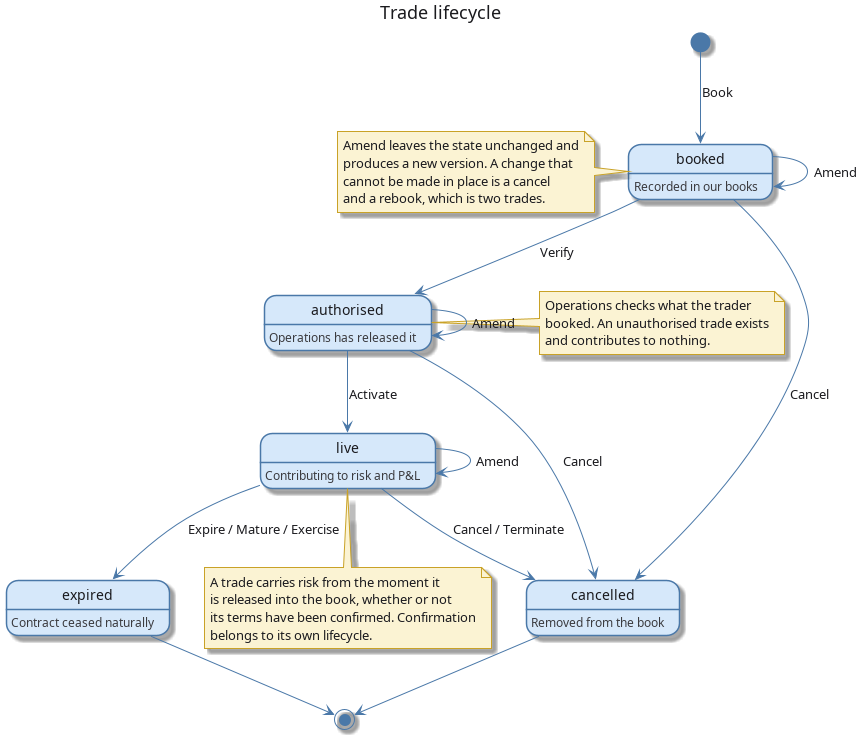
This is doc/knowledge/domain/trade_status_lifecycle.png from OreStudio/OreStudio, a PlantUML export, as it was before one commit. Its source is kept beside it as doc/knowledge/domain/trade_status_lifecycle.puml.
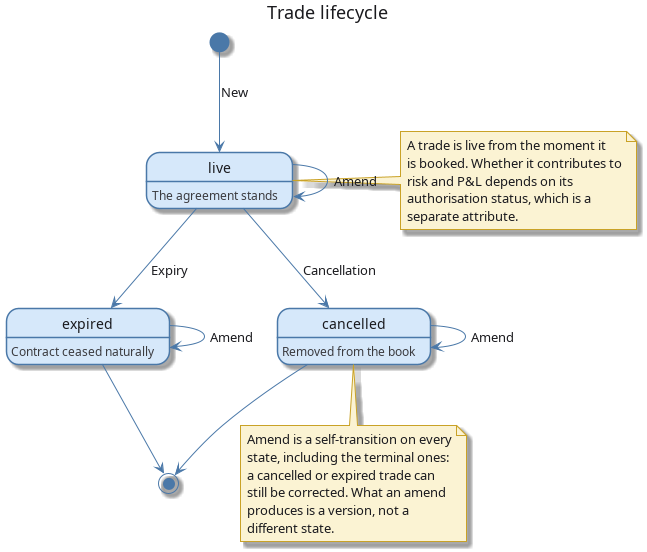
The same file after the commit.

Commit message:
[doc] Correct the trade lifecycle, and qualify authorisation

The edit, as a diff of the source:
```diff
@@ -21,50 +21,40 @@
 skinparam BackgroundColor white
 skinparam DefaultFontColor #1A1A1E
 
-state "booked" as Booked
-state "authorised" as Verified
 state "live" as Live
 state "expired" as Expired
 state "cancelled" as Cancelled
 
-Booked : Recorded in our books
-Verified : Operations has released it
-Live : Contributing to risk and P&L
+Live : The agreement stands
 Expired : Contract ceased naturally
 Cancelled : Removed from the book
 
-[*] --> Booked : Book
-Booked --> Verified : Verify
-Verified --> Live : Activate
-Live --> Expired : Expire / Mature / Exercise
+[*] --> Live : New
+Live --> Expired : Expiry
+Live --> Cancelled : Cancellation
 
-Booked --> Booked : Amend
-Verified --> Verified : Amend
 Live --> Live : Amend
-Booked --> Cancelled : Cancel
-Verified --> Cancelled : Cancel
-Live --> Cancelled : Cancel / Terminate
+Expired --> Expired : Amend
+Cancelled --> Cancelled : Amend
+
 Expired --> [*]
 Cancelled --> [*]
 
-note right of Verified
-  Operations checks what the trader
-  booked. An unauthorised trade exists
-  and contributes to nothing.
+note right of Live
+  A trade is live from the moment it
+  is booked. Whether it contributes to
+  risk and P&L depends on its
+  authorisation status, which is a
+  separate attribute.
 end note
 
-note bottom of Live
-  A trade carries risk from the moment it
-  is released into the book, whether or not
-  its terms have been confirmed. Confirmation
-  belongs to its own lifecycle.
-end note
-
-note left of Booked
-  Amend leaves the state unchanged and
-  produces a new version. A change that
-  cannot be made in place is a cancel
-  and a rebook, which is two trades.
+note bottom of Cancelled
+  Amend is a self-transition on every
+  state, including the terminal ones:
+  a cancelled or expired trade can
+  still be corrected. What an amend
+  produces is a version, not a
+  different state.
 end note
 
 @enduml
```
